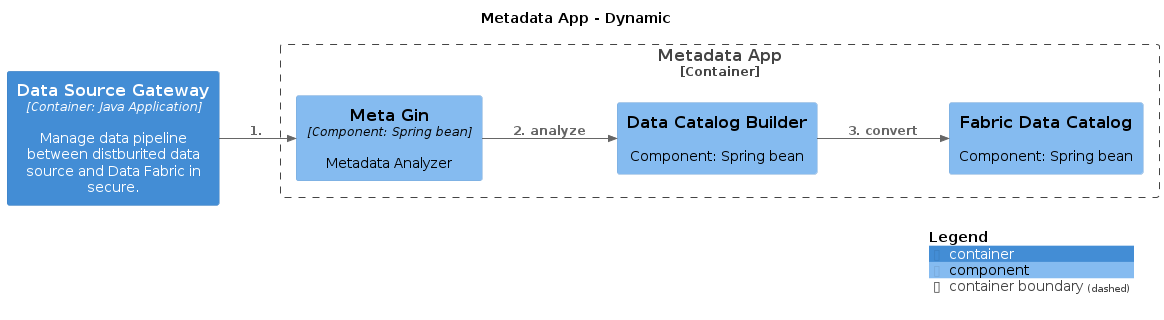
The PlantUML diagram master/png/WorkflowBuildingFabricDataCatalog.png in IntellectusCorp/data-fabric-docs, before a commit.
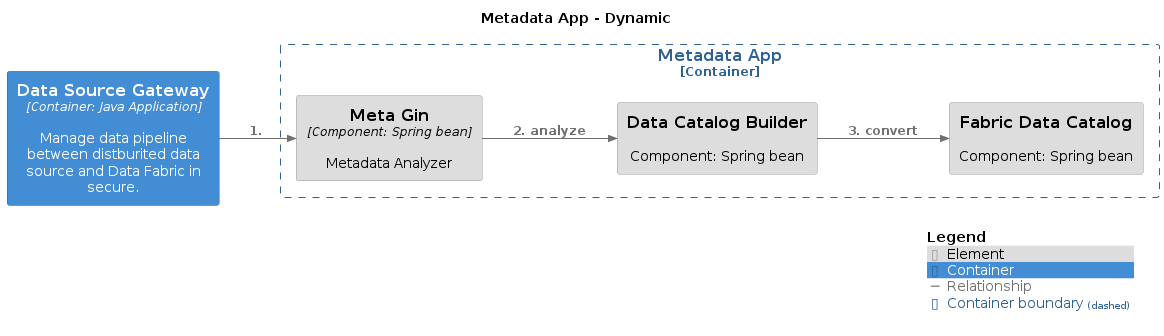
After the commit.

Diff of the diagram source:
```diff
@@ -9,17 +9,24 @@
 !include <C4/C4_Container>
 !include <C4/C4_Component>
 
-Container_Boundary("DataFabric.MetadataApp_boundary", "Metadata App", $tags="") {
-  Component(DataFabric.MetadataApp.MetaGin, "Meta Gin", $techn="Component: Spring bean", $descr="Metadata Analyzer", $tags="", $link="")
-  Component(DataFabric.MetadataApp.DataCatalogBuilder, "Data Catalog Builder", $techn="", $descr="Component: Spring bean", $tags="", $link="")
-  Component(DataFabric.MetadataApp.FabricDataCatalog, "Fabric Data Catalog", $techn="", $descr="Component: Spring bean", $tags="", $link="")
+AddElementTag("Element", $bgColor="#dddddd", $borderColor="#9a9a9a", $fontColor="#000000", $sprite="", $shadowing="")
+AddElementTag("Container", $bgColor="#438dd5", $borderColor="#2e6295", $fontColor="#ffffff", $sprite="", $shadowing="")
+
+AddRelTag("Relationship", $textColor="#707070", $lineColor="#707070", $lineStyle = "")
+
+AddBoundaryTag("Container", $bgColor="#ffffff", $borderColor="#2e6295", $fontColor="#2e6295", $shadowing="")
+
+Container_Boundary("DataFabric.MetadataApp_boundary", "Metadata App", $tags="Container") {
+  Component(DataFabric.MetadataApp.MetaGin, "Meta Gin", $techn="Component: Spring bean", $descr="Metadata Analyzer", $tags="Element", $link="")
+  Component(DataFabric.MetadataApp.DataCatalogBuilder, "Data Catalog Builder", $techn="", $descr="Component: Spring bean", $tags="Element", $link="")
+  Component(DataFabric.MetadataApp.FabricDataCatalog, "Fabric Data Catalog", $techn="", $descr="Component: Spring bean", $tags="Element", $link="")
 }
 
-Container(DataFabric.DataSourceGateway, "Data Source Gateway", $techn="Container: Java Application", $descr="Manage data pipeline between distburited data source and Data Fabric in secure.", $tags="", $link="")
+Container(DataFabric.DataSourceGateway, "Data Source Gateway", $techn="Container: Java Application", $descr="Manage data pipeline between distburited data source and Data Fabric in secure.", $tags="Container", $link="")
 
-Rel_D(DataFabric.DataSourceGateway, DataFabric.MetadataApp.MetaGin, "1. ", $techn="", $tags="", $link="")
-Rel_D(DataFabric.MetadataApp.MetaGin, DataFabric.MetadataApp.DataCatalogBuilder, "2. analyze", $techn="", $tags="", $link="")
-Rel_D(DataFabric.MetadataApp.DataCatalogBuilder, DataFabric.MetadataApp.FabricDataCatalog, "3. convert", $techn="", $tags="", $link="")
+Rel_D(DataFabric.DataSourceGateway, DataFabric.MetadataApp.MetaGin, "1. ", $techn="", $tags="Relationship", $link="")
+Rel_D(DataFabric.MetadataApp.MetaGin, DataFabric.MetadataApp.DataCatalogBuilder, "2. analyze", $techn="", $tags="Relationship", $link="")
+Rel_D(DataFabric.MetadataApp.DataCatalogBuilder, DataFabric.MetadataApp.FabricDataCatalog, "3. convert", $techn="", $tags="Relationship", $link="")
 
 SHOW_LEGEND(true)
 @enduml
```
